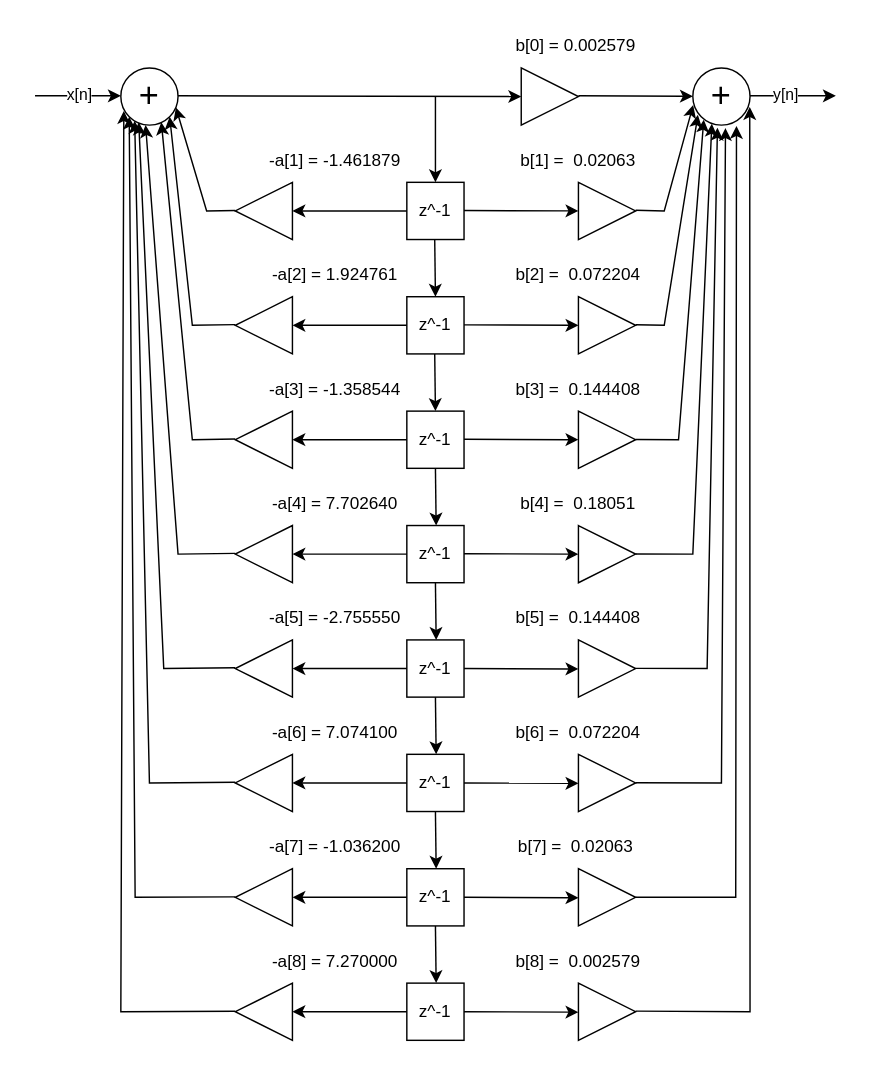
Earlier version of the draw.io diagram 5_semester/ЦОиПС/6 лр/6lr.drawio (MyataEtoki/SUAI_09.03.02). Source tidied: cells renumbered, new cells numbered last; positions are measured from the earlier drawing's top-left corner, leaving out a move shared by most shapes. Both pictures are drawn from the tidied source at 143%, with x=0, y=0 at pixel (34, 24).
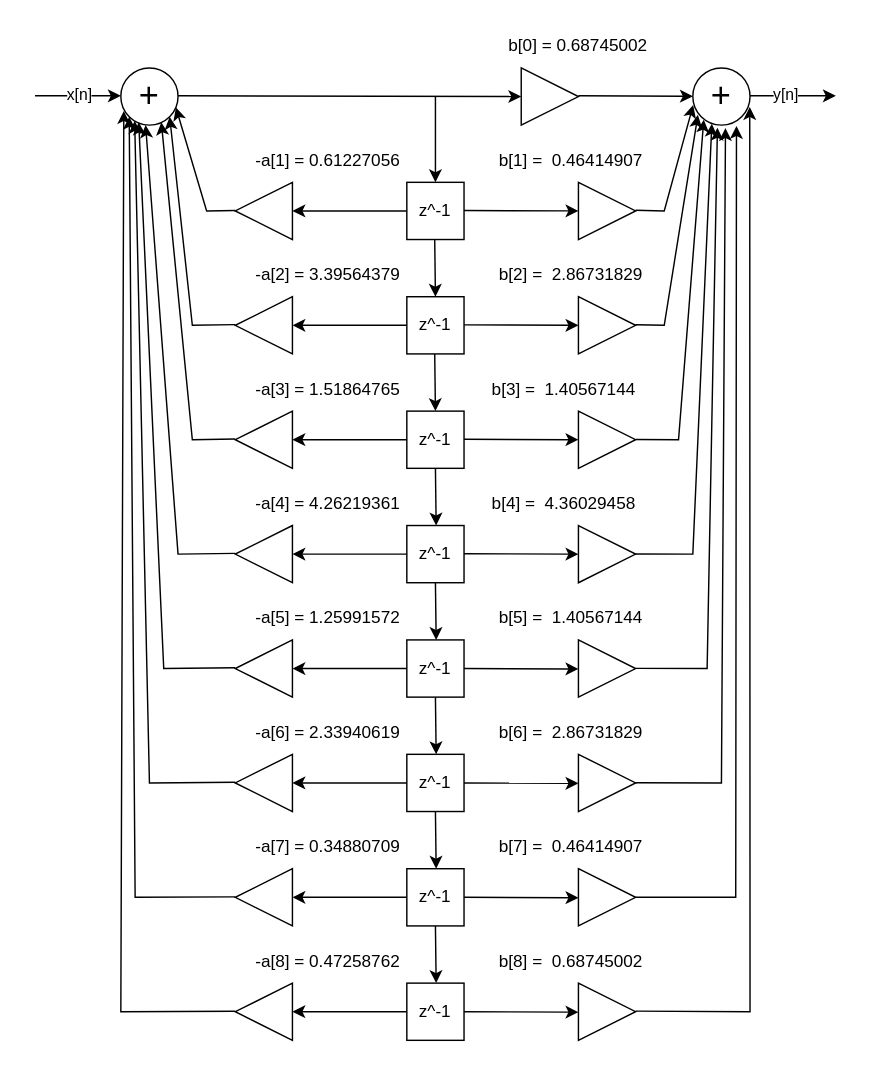
Above is the later version.

Diff of the diagram source:
```diff
@@
-    <mxCell id="75" value="b[0] =&amp;nbsp;0.002579&amp;nbsp;" style="text;html=1;whiteSpace=wrap;strokeColor=none;fillColor=none;align=center;verticalAlign=middle;rounded=0;" parent="1" vertex="1">
+    <mxCell id="75" value="b[0] =&amp;nbsp;0.68745002" style="text;html=1;whiteSpace=wrap;strokeColor=none;fillColor=none;align=center;verticalAlign=middle;rounded=0;" parent="1" vertex="1">
       <mxGeometry x="330" width="100" height="30" as="geometry" />
     </mxCell>
-    <mxCell id="76" value="-a[1] =&amp;nbsp;-1.461879" style="text;html=1;whiteSpace=wrap;strokeColor=none;fillColor=none;align=center;verticalAlign=middle;rounded=0;" parent="1" vertex="1">
-      <mxGeometry x="160" y="80" width="100" height="30" as="geometry" />
+    <mxCell id="76" value="-a[1] =&amp;nbsp;0.61227056" style="text;html=1;whiteSpace=wrap;strokeColor=none;fillColor=none;align=center;verticalAlign=middle;rounded=0;" parent="1" vertex="1">
+      <mxGeometry x="150" y="80" width="110" height="30" as="geometry" />
     </mxCell>
-    <mxCell id="77" value="b[1] =&amp;nbsp;&amp;nbsp;0.02063" style="text;html=1;whiteSpace=wrap;strokeColor=none;fillColor=none;align=center;verticalAlign=middle;rounded=0;" parent="1" vertex="1">
-      <mxGeometry x="330" y="80" width="100" height="30" as="geometry" />
+    <mxCell id="77" value="b[1] =&amp;nbsp;&amp;nbsp;0.46414907" style="text;html=1;whiteSpace=wrap;strokeColor=none;fillColor=none;align=center;verticalAlign=middle;rounded=0;" parent="1" vertex="1">
+      <mxGeometry x="320" y="80" width="110" height="30" as="geometry" />
     </mxCell>
-    <mxCell id="78" value="b[2] =&amp;nbsp;&amp;nbsp;0.072204" style="text;html=1;whiteSpace=wrap;strokeColor=none;fillColor=none;align=center;verticalAlign=middle;rounded=0;" parent="1" vertex="1">
-      <mxGeometry x="330" y="160" width="100" height="30" as="geometry" />
+    <mxCell id="78" value="b[2] =&amp;nbsp;&amp;nbsp;2.86731829" style="text;html=1;whiteSpace=wrap;strokeColor=none;fillColor=none;align=center;verticalAlign=middle;rounded=0;" parent="1" vertex="1">
+      <mxGeometry x="320" y="160" width="110" height="30" as="geometry" />
     </mxCell>
-    <mxCell id="79" value="b[3] =&amp;nbsp;&amp;nbsp;0.144408" style="text;html=1;whiteSpace=wrap;strokeColor=none;fillColor=none;align=center;verticalAlign=middle;rounded=0;" parent="1" vertex="1">
-      <mxGeometry x="330" y="240" width="100" height="30" as="geometry" />
+    <mxCell id="79" value="b[3] =&amp;nbsp;&amp;nbsp;1.40567144" style="text;html=1;whiteSpace=wrap;strokeColor=none;fillColor=none;align=center;verticalAlign=middle;rounded=0;" parent="1" vertex="1">
+      <mxGeometry x="310" y="240" width="120" height="30" as="geometry" />
     </mxCell>
-    <mxCell id="80" value="-a[2] =&amp;nbsp;1.924761" style="text;html=1;whiteSpace=wrap;strokeColor=none;fillColor=none;align=center;verticalAlign=middle;rounded=0;" parent="1" vertex="1">
-      <mxGeometry x="160" y="160" width="100" height="30" as="geometry" />
+    <mxCell id="80" value="-a[2] =&amp;nbsp;3.39564379" style="text;html=1;whiteSpace=wrap;strokeColor=none;fillColor=none;align=center;verticalAlign=middle;rounded=0;" parent="1" vertex="1">
+      <mxGeometry x="150" y="160" width="110" height="30" as="geometry" />
     </mxCell>
-    <mxCell id="81" value="-a[3] =&amp;nbsp;-1.358544" style="text;html=1;whiteSpace=wrap;strokeColor=none;fillColor=none;align=center;verticalAlign=middle;rounded=0;" parent="1" vertex="1">
-      <mxGeometry x="160" y="240" width="100" height="30" as="geometry" />
+    <mxCell id="81" value="-a[3] =&amp;nbsp;1.51864765" style="text;html=1;whiteSpace=wrap;strokeColor=none;fillColor=none;align=center;verticalAlign=middle;rounded=0;" parent="1" vertex="1">
+      <mxGeometry x="150" y="240" width="110" height="30" as="geometry" />
     </mxCell>
-    <mxCell id="82" value="-a[4] =&amp;nbsp;7.702640" style="text;html=1;whiteSpace=wrap;strokeColor=none;fillColor=none;align=center;verticalAlign=middle;rounded=0;" parent="1" vertex="1">
-      <mxGeometry x="160" y="320" width="100" height="30" as="geometry" />
+    <mxCell id="82" value="-a[4] =&amp;nbsp;4.26219361" style="text;html=1;whiteSpace=wrap;strokeColor=none;fillColor=none;align=center;verticalAlign=middle;rounded=0;" parent="1" vertex="1">
+      <mxGeometry x="150" y="320" width="110" height="30" as="geometry" />
     </mxCell>
-    <mxCell id="83" value="b[4] =&amp;nbsp;&amp;nbsp;0.18051" style="text;html=1;whiteSpace=wrap;strokeColor=none;fillColor=none;align=center;verticalAlign=middle;rounded=0;" parent="1" vertex="1">
-      <mxGeometry x="330" y="320" width="100" height="30" as="geometry" />
+    <mxCell id="83" value="b[4] =&amp;nbsp;&amp;nbsp;4.36029458" style="text;html=1;whiteSpace=wrap;strokeColor=none;fillColor=none;align=center;verticalAlign=middle;rounded=0;" parent="1" vertex="1">
+      <mxGeometry x="310" y="320" width="120" height="30" as="geometry" />
     </mxCell>
-    <mxCell id="84" value="-a[5] =&amp;nbsp;-2.755550" style="text;html=1;whiteSpace=wrap;strokeColor=none;fillColor=none;align=center;verticalAlign=middle;rounded=0;" parent="1" vertex="1">
-      <mxGeometry x="160" y="399.5" width="100" height="30" as="geometry" />
+    <mxCell id="84" value="-a[5] =&amp;nbsp;1.25991572" style="text;html=1;whiteSpace=wrap;strokeColor=none;fillColor=none;align=center;verticalAlign=middle;rounded=0;" parent="1" vertex="1">
+      <mxGeometry x="150" y="399.5" width="110" height="30" as="geometry" />
     </mxCell>
-    <mxCell id="85" value="b[5] =&amp;nbsp;&amp;nbsp;0.144408" style="text;html=1;whiteSpace=wrap;strokeColor=none;fillColor=none;align=center;verticalAlign=middle;rounded=0;" parent="1" vertex="1">
-      <mxGeometry x="330" y="399.5" width="100" height="30" as="geometry" />
+    <mxCell id="85" value="b[5] =&amp;nbsp;&amp;nbsp;1.40567144" style="text;html=1;whiteSpace=wrap;strokeColor=none;fillColor=none;align=center;verticalAlign=middle;rounded=0;" parent="1" vertex="1">
+      <mxGeometry x="320" y="399.5" width="110" height="30" as="geometry" />
     </mxCell>
-    <mxCell id="86" value="b[6] =&amp;nbsp;&amp;nbsp;0.072204" style="text;html=1;whiteSpace=wrap;strokeColor=none;fillColor=none;align=center;verticalAlign=middle;rounded=0;" parent="1" vertex="1">
-      <mxGeometry x="330" y="480" width="100" height="30" as="geometry" />
+    <mxCell id="86" value="b[6] =&amp;nbsp;&amp;nbsp;2.86731829" style="text;html=1;whiteSpace=wrap;strokeColor=none;fillColor=none;align=center;verticalAlign=middle;rounded=0;" parent="1" vertex="1">
+      <mxGeometry x="320" y="480" width="110" height="30" as="geometry" />
     </mxCell>
-    <mxCell id="87" value="b[7] =&amp;nbsp; 0.02063&amp;nbsp;" style="text;html=1;whiteSpace=wrap;strokeColor=none;fillColor=none;align=center;verticalAlign=middle;rounded=0;" parent="1" vertex="1">
-      <mxGeometry x="330" y="560" width="100" height="30" as="geometry" />
+    <mxCell id="87" value="b[7] =&amp;nbsp;&amp;nbsp;0.46414907" style="text;html=1;whiteSpace=wrap;strokeColor=none;fillColor=none;align=center;verticalAlign=middle;rounded=0;" parent="1" vertex="1">
+      <mxGeometry x="320" y="560" width="110" height="30" as="geometry" />
     </mxCell>
-    <mxCell id="88" value="b[8] =&amp;nbsp;&amp;nbsp;0.002579" style="text;html=1;whiteSpace=wrap;strokeColor=none;fillColor=none;align=center;verticalAlign=middle;rounded=0;" parent="1" vertex="1">
-      <mxGeometry x="330" y="640" width="100" height="30" as="geometry" />
+    <mxCell id="88" value="b[8] =&amp;nbsp;&amp;nbsp;0.68745002" style="text;html=1;whiteSpace=wrap;strokeColor=none;fillColor=none;align=center;verticalAlign=middle;rounded=0;" parent="1" vertex="1">
+      <mxGeometry x="320" y="640" width="110" height="30" as="geometry" />
     </mxCell>
-    <mxCell id="89" value="-a[6] =&amp;nbsp;7.074100" style="text;html=1;whiteSpace=wrap;strokeColor=none;fillColor=none;align=center;verticalAlign=middle;rounded=0;" parent="1" vertex="1">
-      <mxGeometry x="160" y="480" width="100" height="30" as="geometry" />
+    <mxCell id="89" value="-a[6] =&amp;nbsp;2.33940619" style="text;html=1;whiteSpace=wrap;strokeColor=none;fillColor=none;align=center;verticalAlign=middle;rounded=0;" parent="1" vertex="1">
+      <mxGeometry x="150" y="480" width="110" height="30" as="geometry" />
     </mxCell>
-    <mxCell id="90" value="-a[7] =&amp;nbsp;-1.036200" style="text;html=1;whiteSpace=wrap;strokeColor=none;fillColor=none;align=center;verticalAlign=middle;rounded=0;" parent="1" vertex="1">
-      <mxGeometry x="160" y="560" width="100" height="30" as="geometry" />
+    <mxCell id="90" value="-a[7] =&amp;nbsp;0.34880709" style="text;html=1;whiteSpace=wrap;strokeColor=none;fillColor=none;align=center;verticalAlign=middle;rounded=0;" parent="1" vertex="1">
+      <mxGeometry x="150" y="560" width="110" height="30" as="geometry" />
     </mxCell>
-    <mxCell id="91" value="-a[8] =&amp;nbsp;7.270000" style="text;html=1;whiteSpace=wrap;strokeColor=none;fillColor=none;align=center;verticalAlign=middle;rounded=0;" parent="1" vertex="1">
-      <mxGeometry x="160" y="640" width="100" height="30" as="geometry" />
+    <mxCell id="91" value="-a[8] =&amp;nbsp;0.47258762" style="text;html=1;whiteSpace=wrap;strokeColor=none;fillColor=none;align=center;verticalAlign=middle;rounded=0;" parent="1" vertex="1">
+      <mxGeometry x="150" y="640" width="110" height="30" as="geometry" />
     </mxCell>
```
